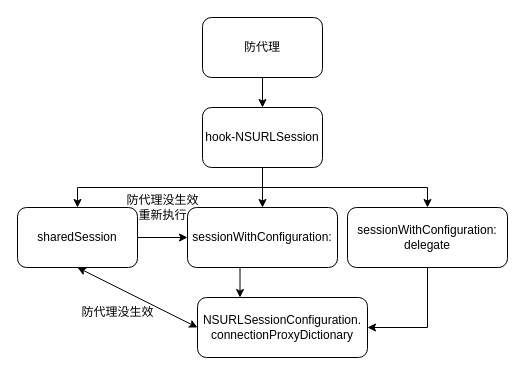
Earlier version of the draw.io diagram 防代理.drawio (zhoubo6419/ZBTestLib). Source tidied: cells renumbered, new cells numbered last; positions are measured from the earlier drawing's top-left corner, leaving out a move shared by most shapes. Both pictures are drawn from the tidied source at 100%, with x=0, y=0 at pixel (17, 17).
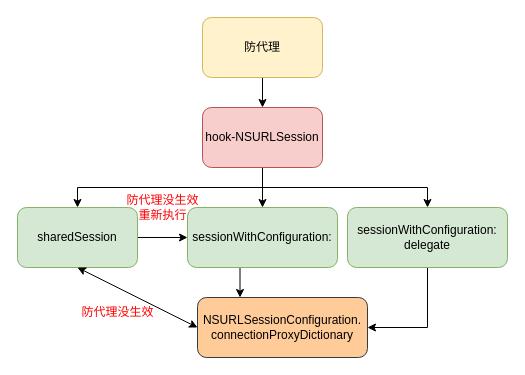
The same page after the edit.

Commit message (it also covers changes not shown here):
更新防代理.drawio

Diff of the diagram source:
```diff
@@
 <mxGraphModel>
   <root>
     <mxCell id="0" />
     <mxCell id="1" parent="0" />
     <mxCell id="2" style="edgeStyle=orthogonalEdgeStyle;rounded=0;jettySize=auto;html=1;exitX=0.5;exitY=1;exitDx=0;exitDy=0;entryX=0.5;entryY=0;entryDx=0;entryDy=0;" parent="1" edge="1" source="3" target="7">
       <mxGeometry relative="1" as="geometry" />
     </mxCell>
-    <mxCell id="3" value="防代理" style="rounded=1;whiteSpace=wrap;html=1;" parent="1" vertex="1">
+    <mxCell id="3" value="防代理" style="rounded=1;whiteSpace=wrap;html=1;fillColor=#fff2cc;strokeColor=#d6b656;" parent="1" vertex="1">
       <mxGeometry x="185" width="120" height="60" as="geometry" />
     </mxCell>
     <mxCell id="4" style="edgeStyle=orthogonalEdgeStyle;rounded=0;jettySize=auto;html=1;exitX=0.5;exitY=1;exitDx=0;exitDy=0;" parent="1" edge="1" source="7" target="13">
       <mxGeometry relative="1" as="geometry" />
     </mxCell>
     <mxCell id="5" style="edgeStyle=orthogonalEdgeStyle;rounded=0;jettySize=auto;html=1;exitX=0.5;exitY=1;exitDx=0;exitDy=0;" parent="1" edge="1" source="7" target="11">
       <mxGeometry relative="1" as="geometry" />
     </mxCell>
     <mxCell id="6" style="edgeStyle=orthogonalEdgeStyle;rounded=0;jettySize=auto;html=1;exitX=0.5;exitY=1;exitDx=0;exitDy=0;" parent="1" edge="1" source="7" target="9">
       <mxGeometry relative="1" as="geometry" />
     </mxCell>
-    <mxCell id="7" value="hook-NSURLSession" style="rounded=1;whiteSpace=wrap;html=1;" parent="1" vertex="1">
+    <mxCell id="7" value="hook-NSURLSession" style="rounded=1;whiteSpace=wrap;html=1;fillColor=#f8cecc;strokeColor=#b85450;" parent="1" vertex="1">
       <mxGeometry x="185" y="90" width="120" height="60" as="geometry" />
     </mxCell>
     <mxCell id="8" style="edgeStyle=orthogonalEdgeStyle;rounded=0;jettySize=auto;html=1;exitX=0.5;exitY=1;exitDx=0;exitDy=0;entryX=0.25;entryY=0;entryDx=0;entryDy=0;" parent="1" edge="1" source="9" target="14">
       <mxGeometry relative="1" as="geometry" />
     </mxCell>
-    <mxCell id="9" value="sessionWithConfiguration:" style="rounded=1;whiteSpace=wrap;html=1;" parent="1" vertex="1">
+    <mxCell id="9" value="sessionWithConfiguration:" style="rounded=1;whiteSpace=wrap;html=1;fillColor=#d5e8d4;strokeColor=#82b366;" parent="1" vertex="1">
       <mxGeometry x="170" y="190" width="150" height="60" as="geometry" />
     </mxCell>
     <mxCell id="10" style="edgeStyle=orthogonalEdgeStyle;rounded=0;jettySize=auto;html=1;exitX=0.5;exitY=1;exitDx=0;exitDy=0;entryX=1;entryY=0.5;entryDx=0;entryDy=0;" parent="1" edge="1" source="11" target="14">
       <mxGeometry relative="1" as="geometry" />
     </mxCell>
-    <mxCell id="11" value="sessionWithConfiguration:&lt;br&gt;delegate" style="rounded=1;whiteSpace=wrap;html=1;" parent="1" vertex="1">
+    <mxCell id="11" value="sessionWithConfiguration:&lt;br&gt;delegate" style="rounded=1;whiteSpace=wrap;html=1;fillColor=#d5e8d4;strokeColor=#82b366;" parent="1" vertex="1">
       <mxGeometry x="330" y="190" width="160" height="60" as="geometry" />
     </mxCell>
     <mxCell id="12" style="edgeStyle=orthogonalEdgeStyle;rounded=0;jettySize=auto;html=1;exitX=1;exitY=0.5;exitDx=0;exitDy=0;entryX=0;entryY=0.5;entryDx=0;entryDy=0;" parent="1" edge="1" source="13" target="9">
       <mxGeometry relative="1" as="geometry" />
     </mxCell>
-    <mxCell id="13" value="sharedSession" style="rounded=1;whiteSpace=wrap;html=1;" parent="1" vertex="1">
+    <mxCell id="13" value="sharedSession" style="rounded=1;whiteSpace=wrap;html=1;fillColor=#d5e8d4;strokeColor=#82b366;" parent="1" vertex="1">
       <mxGeometry y="190" width="120" height="60" as="geometry" />
     </mxCell>
-    <mxCell id="14" value="NSURLSessionConfiguration.&lt;br&gt;connectionProxyDictionary" style="rounded=1;whiteSpace=wrap;html=1;" parent="1" vertex="1">
+    <mxCell id="14" value="NSURLSessionConfiguration.&lt;br&gt;connectionProxyDictionary" style="rounded=1;whiteSpace=wrap;html=1;fillColor=#ffcc99;strokeColor=#36393d;" parent="1" vertex="1">
       <mxGeometry x="180" y="280" width="170" height="60" as="geometry" />
     </mxCell>
-    <mxCell id="15" value="防代理没生效" style="text;html=1;align=center;verticalAlign=middle;strokeColor=none;fillColor=none;" parent="1" vertex="1">
+    <mxCell id="15" value="防代理没生效" style="text;html=1;align=center;verticalAlign=middle;strokeColor=none;fillColor=none;fontColor=#FF0000;" parent="1" vertex="1">
       <mxGeometry x="50" y="280" width="100" height="30" as="geometry" />
     </mxCell>
     <mxCell id="16" style="endArrow=classic;startArrow=classic;html=1;rounded=0;entryX=0.5;entryY=1;entryDx=0;entryDy=0;exitX=0;exitY=0.5;exitDx=0;exitDy=0;" parent="1" edge="1" source="14" target="13">
       <mxGeometry relative="1" as="geometry" />
     </mxCell>
-    <mxCell id="17" value="防代理没生效&lt;br&gt;重新执行" style="text;html=1;align=center;verticalAlign=middle;strokeColor=none;fillColor=none;" parent="1" vertex="1">
+    <mxCell id="17" value="防代理没生效&lt;br&gt;重新执行" style="text;html=1;align=center;verticalAlign=middle;strokeColor=none;fillColor=none;fontColor=#FF0000;" parent="1" vertex="1">
       <mxGeometry x="95" y="170" width="100" height="40" as="geometry" />
     </mxCell>
   </root>
 </mxGraphModel>
```
